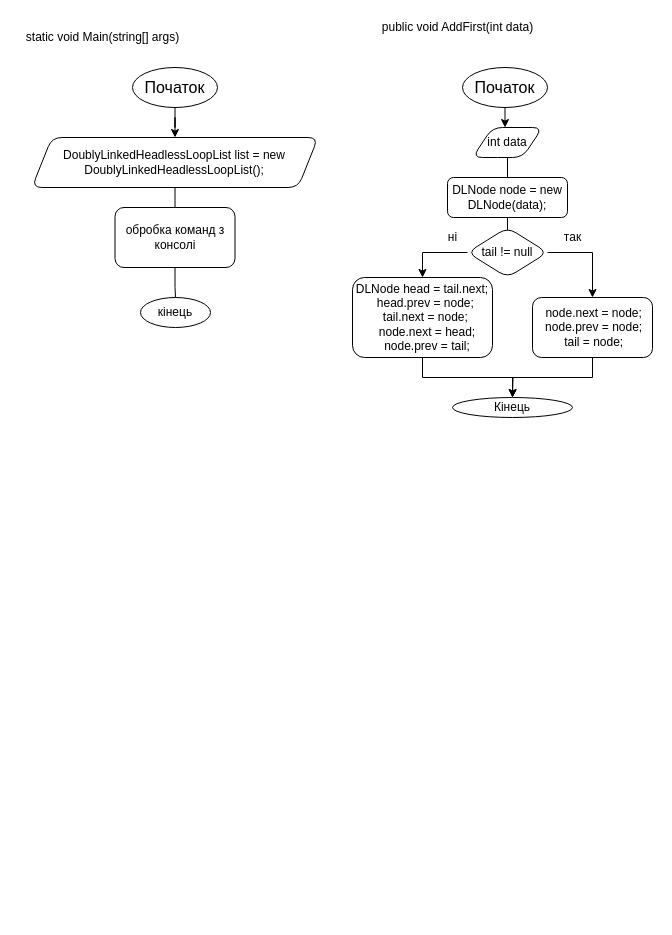
Before: laba_4/Untitled Diagram.drawio in IKatiaI/ads-nahorna-kp13, a draw.io diagram. Source tidied: cells renumbered, new cells numbered last; positions are measured from the earlier drawing's top-left corner, leaving out a move shared by most shapes. Both pictures are drawn from the tidied source at 100%, with x=0, y=0 at pixel (17, 17).
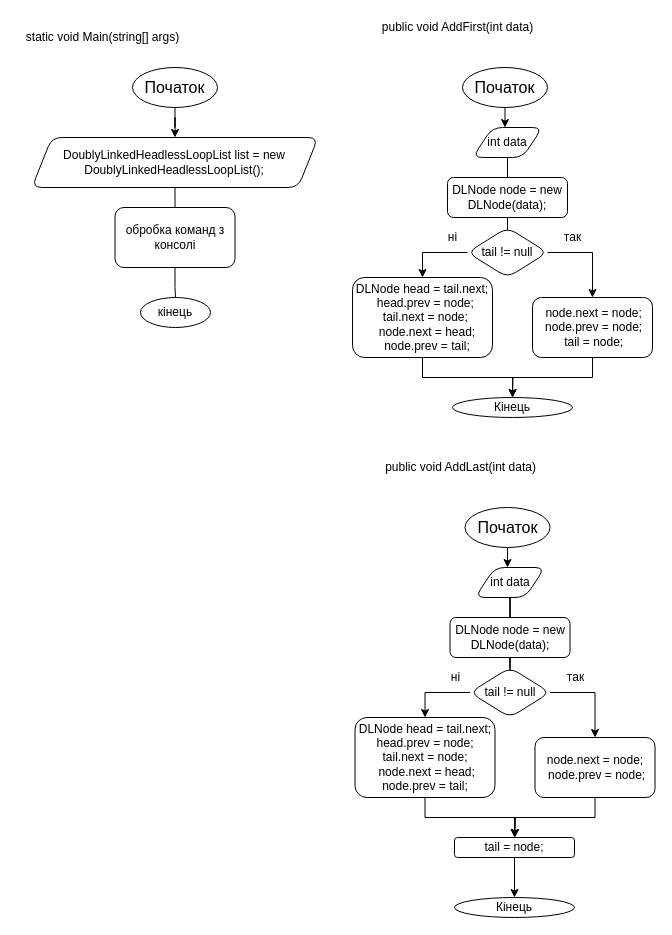
After the change.

The edit, as a diff of the source:
```diff
@@
+    <mxCell id="28" value="public void AddLast(int data)" style="text;html=1;align=center;verticalAlign=middle;strokeColor=none;fillColor=none;" parent="1" vertex="1">
+      <mxGeometry x="357.5" y="440" width="170" height="20" as="geometry" />
+    </mxCell>
+    <mxCell id="29" style="edgeStyle=orthogonalEdgeStyle;rounded=0;jettySize=auto;html=1;exitX=0.5;exitY=1;exitDx=0;exitDy=0;fontSize=16;endArrow=classic;endFill=1;" parent="1" edge="1" source="30" target="32">
+      <mxGeometry relative="1" as="geometry">
+        <Array as="points">
+          <mxPoint x="490.5" y="560" />
+          <mxPoint x="490.5" y="560" />
+        </Array>
+      </mxGeometry>
+    </mxCell>
+    <mxCell id="30" value="Початок" style="ellipse;whiteSpace=wrap;html=1;fontSize=16;strokeWidth=1;rounded=1;" parent="1" vertex="1">
+      <mxGeometry x="447.5" y="490" width="85" height="40" as="geometry" />
+    </mxCell>
+    <mxCell id="31" style="edgeStyle=orthogonalEdgeStyle;rounded=0;jettySize=auto;html=1;exitX=0.5;exitY=1;exitDx=0;exitDy=0;endArrow=none;endFill=0;" parent="1" edge="1" source="32" target="35">
+      <mxGeometry relative="1" as="geometry" />
+    </mxCell>
+    <mxCell id="32" value="int data" style="shape=parallelogram;perimeter=parallelogramPerimeter;whiteSpace=wrap;html=1;fixedSize=1;rounded=1;" parent="1" vertex="1">
+      <mxGeometry x="457.5" y="550" width="70" height="30" as="geometry" />
+    </mxCell>
+    <mxCell id="33" style="edgeStyle=orthogonalEdgeStyle;rounded=0;jettySize=auto;html=1;exitX=0.5;exitY=1;exitDx=0;exitDy=0;endArrow=none;endFill=0;" parent="1" edge="1" source="35">
+      <mxGeometry relative="1" as="geometry">
+        <mxPoint x="492.5" y="630" as="targetPoint" />
+      </mxGeometry>
+    </mxCell>
+    <mxCell id="34" style="edgeStyle=orthogonalEdgeStyle;rounded=0;jettySize=auto;html=1;exitX=0.5;exitY=1;exitDx=0;exitDy=0;endArrow=none;endFill=0;" parent="1" edge="1" source="35" target="38">
+      <mxGeometry relative="1" as="geometry" />
+    </mxCell>
+    <mxCell id="35" value="DLNode node = new DLNode(data);" style="rounded=1;whiteSpace=wrap;html=1;" parent="1" vertex="1">
+      <mxGeometry x="432.5" y="600" width="120" height="40" as="geometry" />
+    </mxCell>
+    <mxCell id="36" style="edgeStyle=orthogonalEdgeStyle;rounded=0;jettySize=auto;html=1;exitX=0;exitY=0.5;exitDx=0;exitDy=0;endArrow=classic;endFill=1;" parent="1" edge="1" source="38" target="42">
+      <mxGeometry relative="1" as="geometry" />
+    </mxCell>
+    <mxCell id="37" style="edgeStyle=orthogonalEdgeStyle;rounded=0;jettySize=auto;html=1;exitX=1;exitY=0.5;exitDx=0;exitDy=0;endArrow=classic;endFill=1;" parent="1" edge="1" source="38" target="44">
+      <mxGeometry relative="1" as="geometry" />
+    </mxCell>
+    <mxCell id="38" value="tail != null" style="rhombus;whiteSpace=wrap;html=1;rounded=1;" parent="1" vertex="1">
+      <mxGeometry x="452.5" y="650" width="80" height="50" as="geometry" />
+    </mxCell>
+    <mxCell id="39" value="ні" style="text;html=1;align=center;verticalAlign=middle;strokeColor=none;fillColor=none;" parent="1" vertex="1">
+      <mxGeometry x="422.5" y="650" width="30" height="20" as="geometry" />
+    </mxCell>
+    <mxCell id="40" value="так" style="text;html=1;align=center;verticalAlign=middle;strokeColor=none;fillColor=none;" parent="1" vertex="1">
+      <mxGeometry x="542.5" y="650" width="30" height="20" as="geometry" />
+    </mxCell>
+    <mxCell id="41" style="edgeStyle=orthogonalEdgeStyle;rounded=0;jettySize=auto;html=1;exitX=0.5;exitY=1;exitDx=0;exitDy=0;endArrow=classic;endFill=1;" parent="1" edge="1" source="42">
+      <mxGeometry relative="1" as="geometry">
+        <mxPoint x="497.5" y="820" as="targetPoint" />
+      </mxGeometry>
+    </mxCell>
+    <mxCell id="42" value="&lt;div&gt;DLNode head = tail.next;&lt;/div&gt;&lt;div&gt;head.prev = node;&lt;/div&gt;&lt;div&gt;tail.next = node;&lt;/div&gt;&lt;div&gt;&amp;nbsp;node.next = head;&lt;/div&gt;&lt;div&gt;node.prev = tail;&lt;/div&gt;" style="rounded=1;whiteSpace=wrap;html=1;" parent="1" vertex="1">
+      <mxGeometry x="337.5" y="700" width="140" height="80" as="geometry" />
+    </mxCell>
+    <mxCell id="43" style="edgeStyle=orthogonalEdgeStyle;rounded=0;jettySize=auto;html=1;exitX=0.5;exitY=1;exitDx=0;exitDy=0;endArrow=classic;endFill=1;" parent="1" edge="1" source="44" target="46">
+      <mxGeometry relative="1" as="geometry" />
+    </mxCell>
+    <mxCell id="44" value="&lt;div&gt;node.next = node;&lt;/div&gt;&lt;div&gt;&amp;nbsp;node.prev = node;&lt;/div&gt;" style="rounded=1;whiteSpace=wrap;html=1;" parent="1" vertex="1">
+      <mxGeometry x="517.5" y="720" width="120" height="60" as="geometry" />
+    </mxCell>
+    <mxCell id="45" style="edgeStyle=orthogonalEdgeStyle;rounded=0;jettySize=auto;html=1;exitX=0.5;exitY=1;exitDx=0;exitDy=0;endArrow=classic;endFill=1;" parent="1" edge="1" source="46" target="47">
+      <mxGeometry relative="1" as="geometry" />
+    </mxCell>
+    <mxCell id="46" value="tail = node;" style="rounded=1;whiteSpace=wrap;html=1;" parent="1" vertex="1">
+      <mxGeometry x="437" y="820" width="120" height="20" as="geometry" />
+    </mxCell>
+    <mxCell id="47" value="Кінець" style="ellipse;whiteSpace=wrap;html=1;rounded=1;" parent="1" vertex="1">
+      <mxGeometry x="437" y="880" width="120" height="20" as="geometry" />
+    </mxCell>
```
